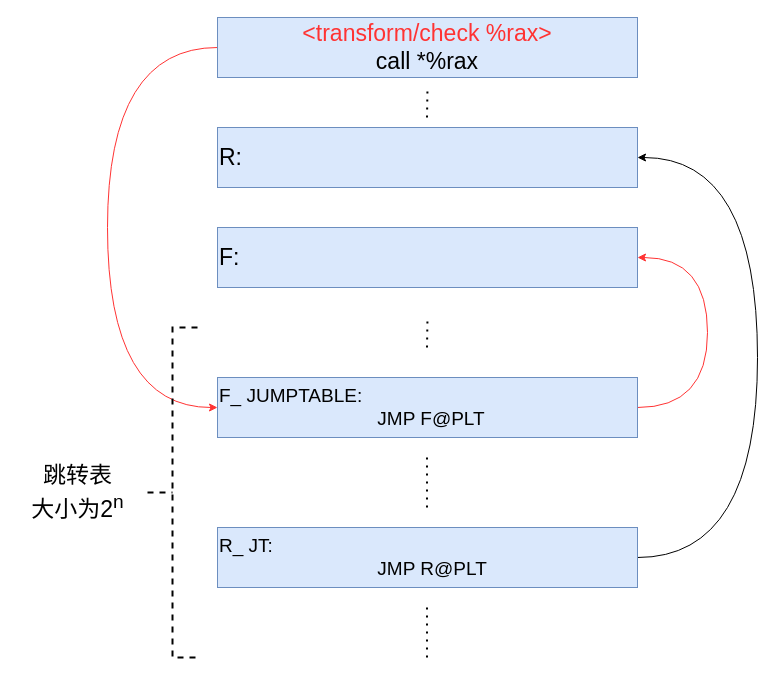
The draw.io diagram Untitled Diagram6.drawio in ZKX64/Textbook-graph, before the edit. Source tidied: cells renumbered, new cells numbered last; positions are measured from the earlier drawing's top-left corner, leaving out a move shared by most shapes. Both pictures are drawn from the tidied source at 100%, with x=0, y=0 at pixel (17, 17).
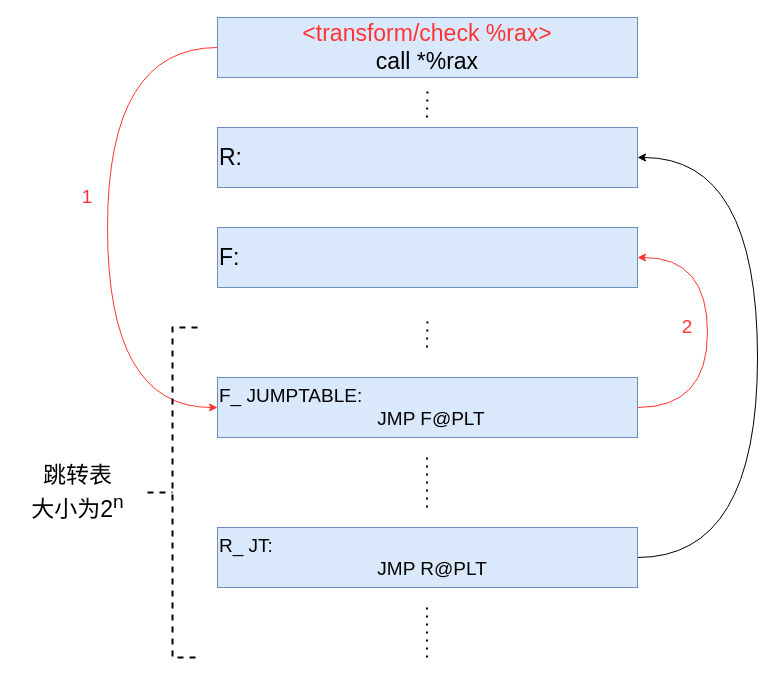
The same diagram, later.

What changed in the source:
```diff
@@
+    <mxCell id="16" value="1" style="whiteSpace=wrap;html=1;dashed=1;strokeWidth=2;fontSize=19;fontColor=#FF3333;strokeColor=none;fillColor=none;" parent="1" vertex="1">
+      <mxGeometry x="10" y="150" width="120" height="60" as="geometry" />
+    </mxCell>
+    <mxCell id="17" value="2" style="whiteSpace=wrap;html=1;dashed=1;strokeWidth=2;fontSize=19;fontColor=#FF3333;fillColor=none;strokeColor=none;" parent="1" vertex="1">
+      <mxGeometry x="610" y="280" width="120" height="60" as="geometry" />
+    </mxCell>
```
